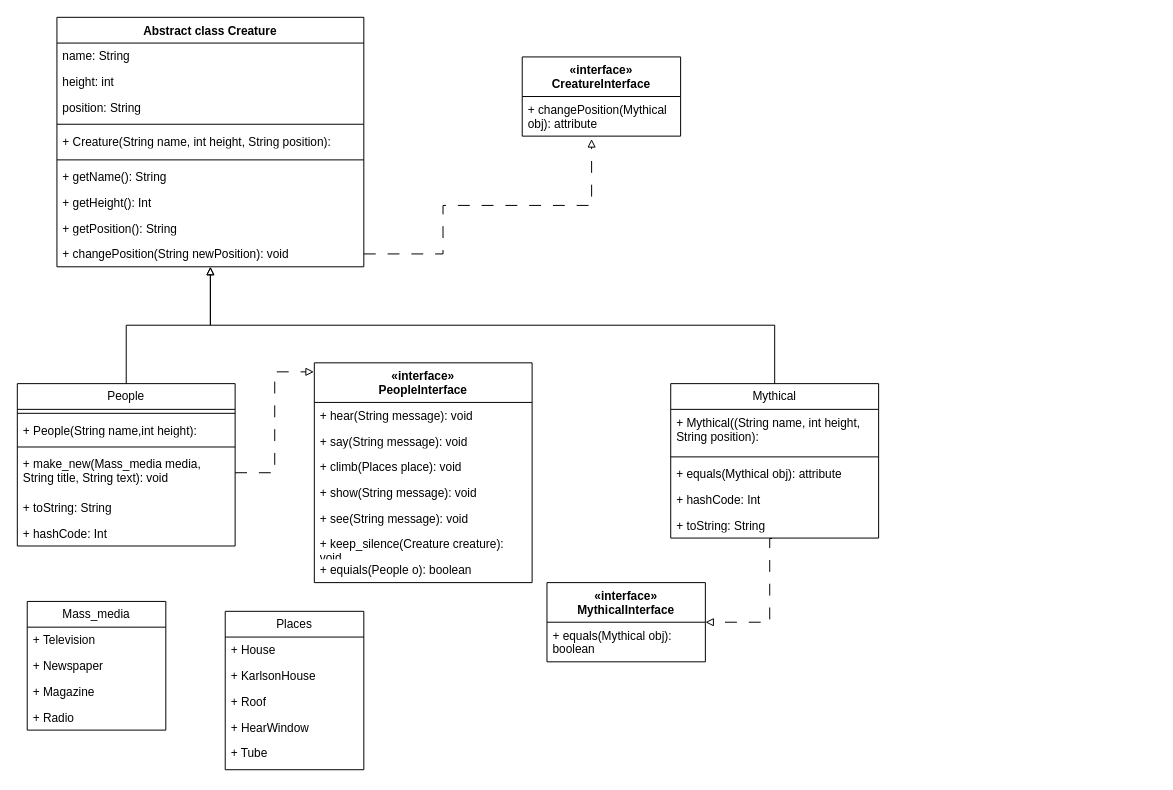
The draw.io diagram Диаграмма без названия.drawio in hipeoplea/lab_3, before the edit. Source tidied: cells renumbered, new cells numbered last; positions are measured from the earlier drawing's top-left corner, leaving out a move shared by most shapes. Both pictures are drawn from the tidied source at 99%, with x=0, y=0 at pixel (17, 17).
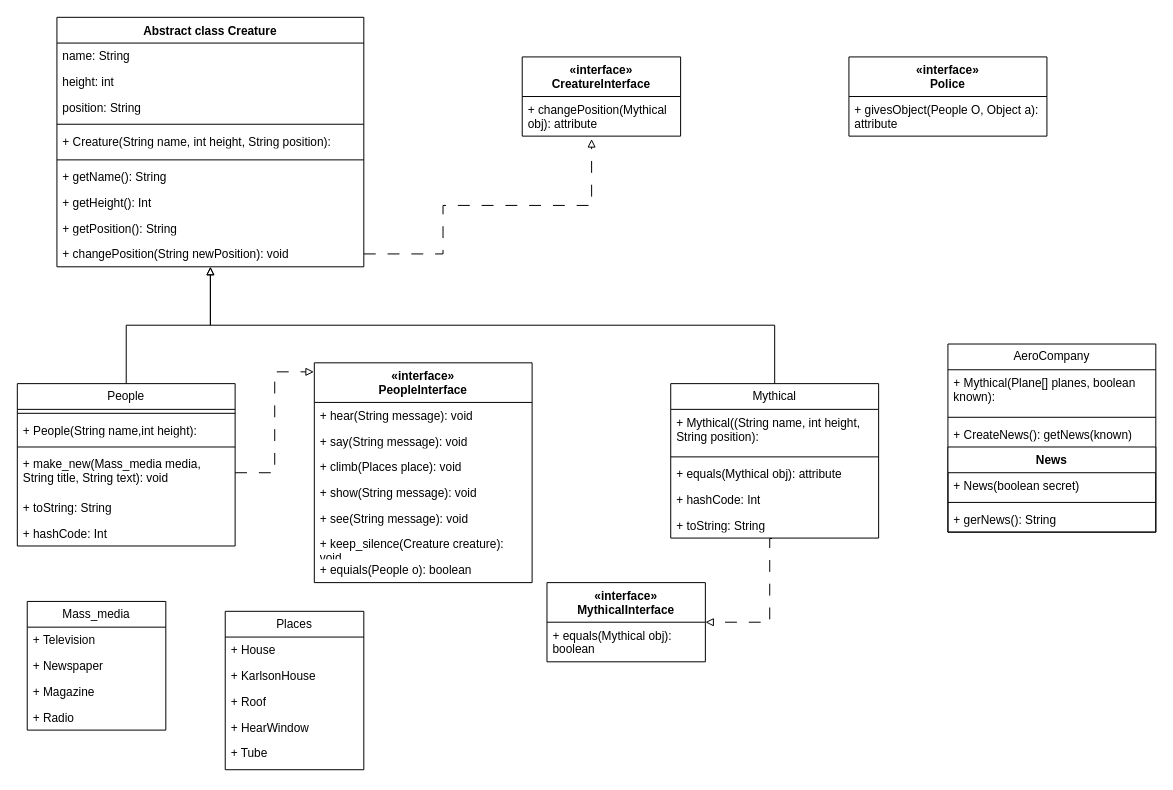
The same diagram, later.

What changed in the source:
```diff
@@
+    <mxCell id="54" value="&lt;div&gt;«interface»&lt;/div&gt;Police" style="swimlane;fontStyle=1;align=center;verticalAlign=top;horizontal=1;startSize=40;whiteSpace=wrap;html=1;" parent="1" vertex="1">
+      <mxGeometry x="840" y="40" width="200" height="80" as="geometry" />
+    </mxCell>
+    <mxCell id="55" value="+ givesObject(People O, Object a): attribute" style="text;strokeColor=none;fillColor=none;align=left;verticalAlign=top;spacingLeft=4;spacingRight=4;overflow=hidden;whiteSpace=wrap;html=1;" parent="54" vertex="1">
+      <mxGeometry y="40" width="200" height="40" as="geometry" />
+    </mxCell>
+    <mxCell id="56" value="AeroCompany" style="swimlane;fontStyle=0;horizontal=1;startSize=26;fillColor=none;whiteSpace=wrap;html=1;" parent="1" vertex="1">
+      <mxGeometry x="940" y="330" width="210" height="190" as="geometry" />
+    </mxCell>
+    <mxCell id="57" value="+ Mythical(Plane[] planes, boolean known):" style="text;strokeColor=none;fillColor=none;align=left;verticalAlign=top;spacingLeft=4;spacingRight=4;overflow=hidden;whiteSpace=wrap;html=1;" parent="56" vertex="1">
+      <mxGeometry y="26" width="210" height="44" as="geometry" />
+    </mxCell>
+    <mxCell id="58" style="line;strokeWidth=1;fillColor=none;align=left;verticalAlign=middle;spacingTop=-1;spacingLeft=3;spacingRight=3;labelPosition=right;strokeColor=inherit;" parent="56" vertex="1">
+      <mxGeometry y="70" width="210" height="8" as="geometry" />
+    </mxCell>
+    <mxCell id="59" value="+ CreateNews():&amp;nbsp;getNews(known)" style="text;strokeColor=none;fillColor=none;align=left;verticalAlign=top;spacingLeft=4;spacingRight=4;overflow=hidden;whiteSpace=wrap;html=1;" parent="56" vertex="1">
+      <mxGeometry y="78" width="210" height="26" as="geometry" />
+    </mxCell>
+    <mxCell id="60" value="News" style="swimlane;fontStyle=1;align=center;verticalAlign=top;horizontal=1;startSize=26;whiteSpace=wrap;html=1;" parent="56" vertex="1">
+      <mxGeometry y="104" width="210" height="86" as="geometry" />
+    </mxCell>
+    <mxCell id="61" value="+ News(boolean secret)" style="text;strokeColor=none;fillColor=none;align=left;verticalAlign=top;spacingLeft=4;spacingRight=4;overflow=hidden;whiteSpace=wrap;html=1;" parent="60" vertex="1">
+      <mxGeometry y="26" width="210" height="26" as="geometry" />
+    </mxCell>
+    <mxCell id="62" style="line;strokeWidth=1;fillColor=none;align=left;verticalAlign=middle;spacingTop=-1;spacingLeft=3;spacingRight=3;labelPosition=right;strokeColor=inherit;" parent="60" vertex="1">
+      <mxGeometry y="52" width="210" height="8" as="geometry" />
+    </mxCell>
+    <mxCell id="63" value="+ gerNews(): String" style="text;strokeColor=none;fillColor=none;align=left;verticalAlign=top;spacingLeft=4;spacingRight=4;overflow=hidden;whiteSpace=wrap;html=1;" parent="60" vertex="1">
+      <mxGeometry y="60" width="210" height="26" as="geometry" />
+    </mxCell>
```
